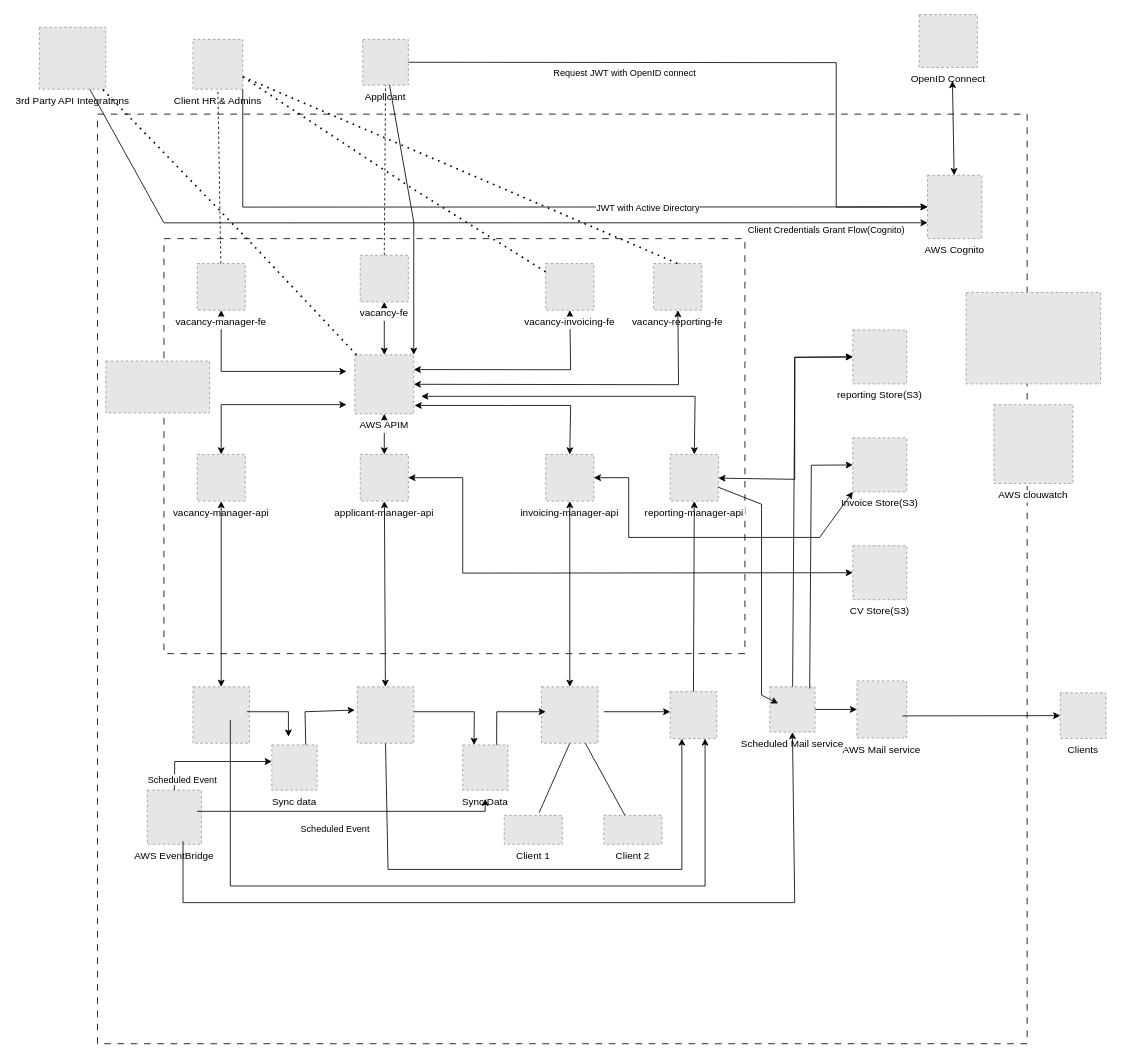
Before: design/deployment_architecture.drawio in peguses/education, a draw.io diagram. Source tidied: cells renumbered, new cells numbered last; positions are measured from the earlier drawing's top-left corner, leaving out a move shared by most shapes. Both pictures are drawn from the tidied source at 83%, with x=0, y=0 at pixel (39, 14). Pictures stored in the file or linked from it are replaced by grey dashed boxes.
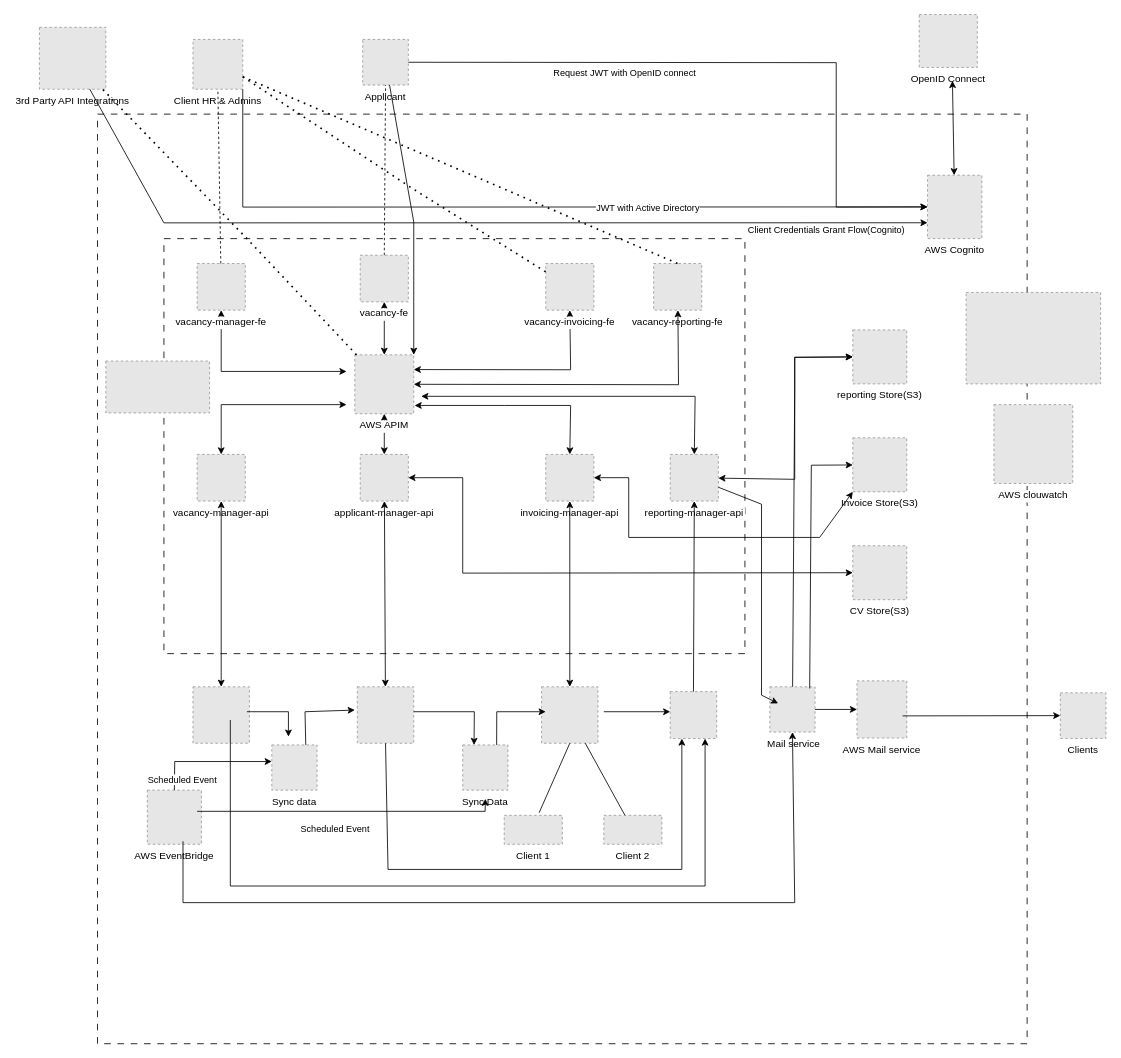
The same page after the edit.

Change to the diagram source:
```diff
@@
-    <mxCell id="54" value="Scheduled Mail service" style="fillColor=#E6E6E6;strokeColor=#999999;dashed=1;verticalLabelPosition=bottom;labelBackgroundColor=default;verticalAlign=top;" parent="1" vertex="1">
+    <mxCell id="54" value=" Mail service" style="fillColor=#E6E6E6;strokeColor=#999999;dashed=1;verticalLabelPosition=bottom;labelBackgroundColor=default;verticalAlign=top;" parent="1" vertex="1">
       <mxGeometry x="880" y="810" width="54.5" height="54.5" as="geometry" />
     </mxCell>
```
